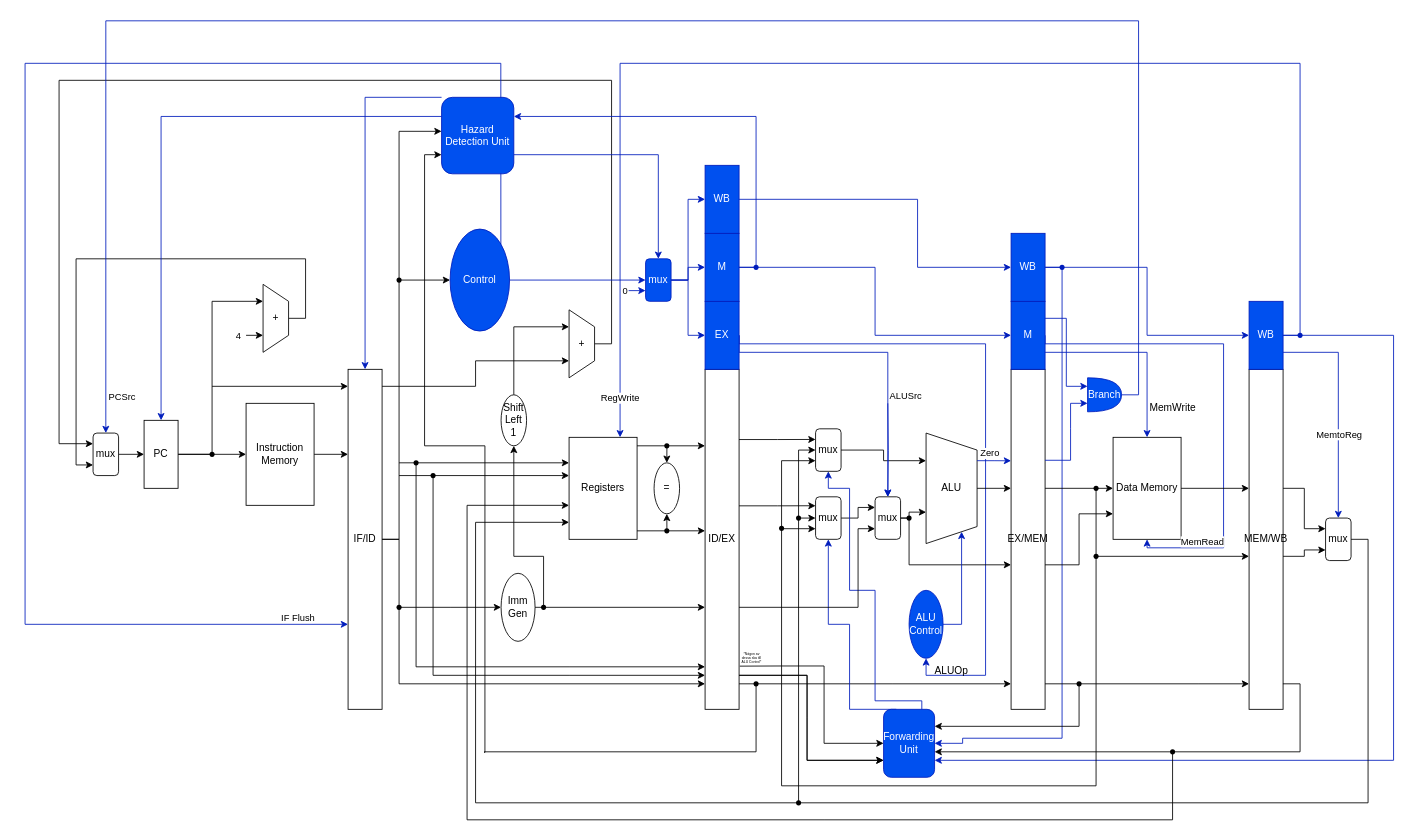
The draw.io diagram documentation/Architecture.drawio in RISC-V-on-FPGA/riscv, before the edit. Source tidied: cells renumbered, new cells numbered last; positions are measured from the earlier drawing's top-left corner, leaving out a move shared by most shapes. Both pictures are drawn from the tidied source at 85%, with x=0, y=0 at pixel (25, 20).
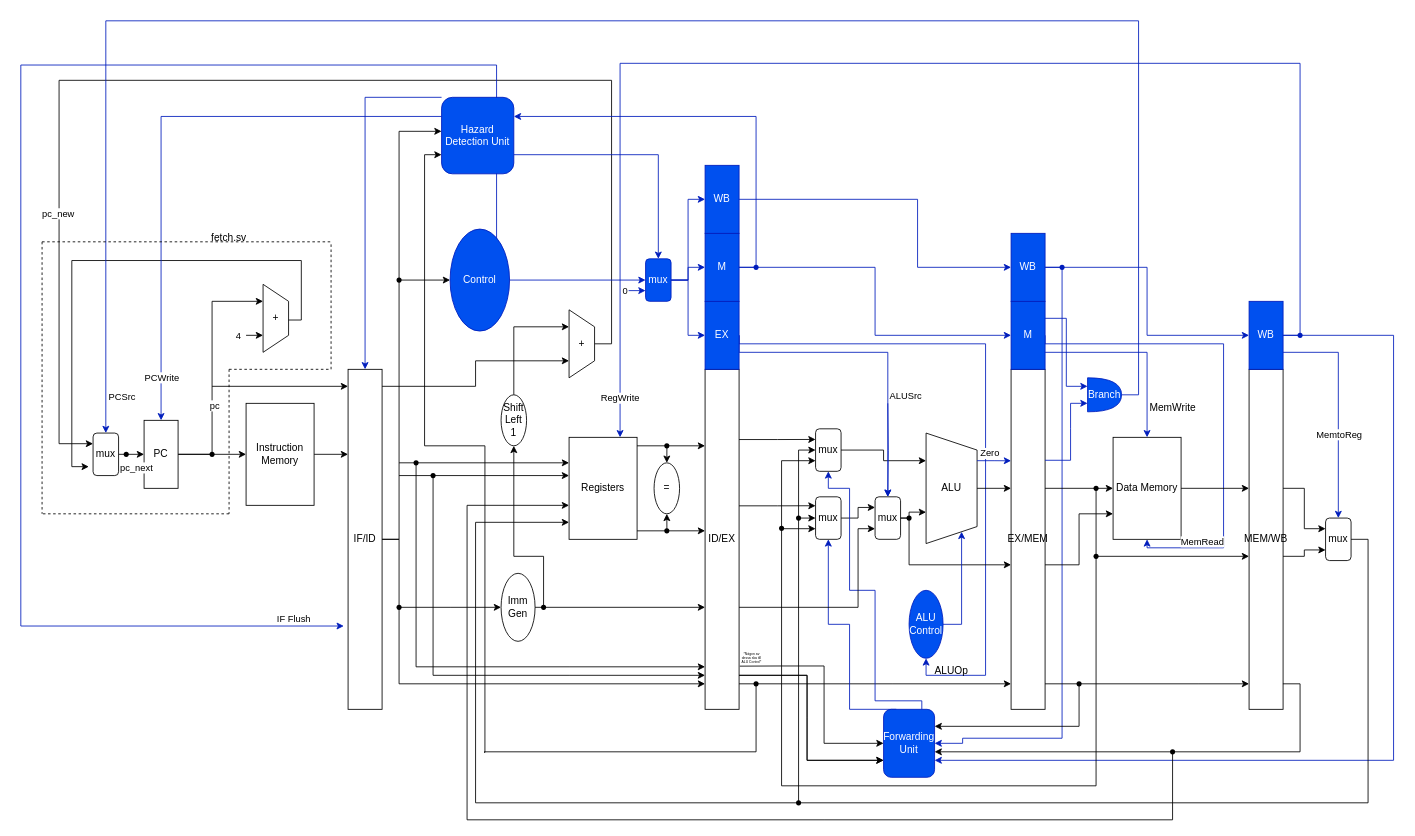
The same diagram, later.

Commit message (it also covers changes not shown here):
fetch stage and program mem added

Unchanged cells that the change refers to:
```xml
<mxCell id="5" style="edgeStyle=orthogonalEdgeStyle;rounded=0;jettySize=auto;html=1;exitX=1;exitY=0.5;exitDx=0;exitDy=0;entryX=0.25;entryY=1;entryDx=0;entryDy=0;" parent="1" edge="1" source="6" target="12">
  <mxGeometry relative="1" as="geometry">
    <Array as="points">
      <mxPoint x="220" y="510" />
      <mxPoint x="220" y="330" />
    </Array>
  </mxGeometry>
</mxCell>
<mxCell id="7" style="edgeStyle=orthogonalEdgeStyle;rounded=0;jettySize=auto;html=1;exitX=1;exitY=0.5;exitDx=0;exitDy=0;entryX=0;entryY=0.5;entryDx=0;entryDy=0;" parent="1" edge="1" source="8" target="6">
  <mxGeometry relative="1" as="geometry" />
</mxCell>
<mxCell id="8" value="mux&lt;br&gt;" style="rounded=1;whiteSpace=wrap;html=1;" parent="1" vertex="1">
  <mxGeometry x="80" y="485" width="30" height="50" as="geometry" />
</mxCell>
<mxCell id="12" value="+&lt;br&gt;" style="shape=trapezoid;perimeter=trapezoidPerimeter;whiteSpace=wrap;html=1;fixedSize=1;direction=south;" parent="1" vertex="1">
  <mxGeometry x="280" y="310" width="30" height="80" as="geometry" />
</mxCell>
<mxCell id="15" value="IF/ID&lt;br&gt;" style="rounded=0;whiteSpace=wrap;html=1;overflow=visible;" parent="1" vertex="1">
  <mxGeometry x="380" y="410" width="40" height="400" as="geometry" />
</mxCell>
<mxCell id="23" style="edgeStyle=orthogonalEdgeStyle;rounded=0;jettySize=auto;html=1;exitX=0.5;exitY=0;exitDx=0;exitDy=0;entryX=0;entryY=0.25;entryDx=0;entryDy=0;" parent="1" edge="1" source="24" target="8">
  <mxGeometry relative="1" as="geometry">
    <Array as="points">
      <mxPoint x="690" y="380" />
      <mxPoint x="690" y="70" />
      <mxPoint x="40" y="70" />
      <mxPoint x="40" y="498" />
    </Array>
  </mxGeometry>
</mxCell>
<mxCell id="58" value="Control&lt;br&gt;" style="ellipse;whiteSpace=wrap;html=1;fillColor=#0050ef;fontColor=#ffffff;strokeColor=#001DBC;" parent="1" vertex="1">
  <mxGeometry x="500" y="245" width="70" height="120" as="geometry" />
</mxCell>
<mxCell id="114" style="edgeStyle=orthogonalEdgeStyle;rounded=0;jettySize=auto;html=1;exitX=0;exitY=0.25;exitDx=0;exitDy=0;entryX=0.5;entryY=0;entryDx=0;entryDy=0;fillColor=#0050ef;strokeColor=#001DBC;" parent="1" edge="1" source="117" target="6">
  <mxGeometry relative="1" as="geometry" />
</mxCell>
```

Change to the diagram source:
```diff
@@
+    <mxCell id="160" value="pc&lt;br&gt;" style="edgeLabel;html=1;align=center;verticalAlign=middle;" parent="5" vertex="1">
+      <mxGeometry x="-0.3" y="-2" relative="1" as="geometry" />
+    </mxCell>
@@
+    <mxCell id="161" value="pc_next" style="edgeLabel;html=1;align=center;verticalAlign=middle;" parent="7" vertex="1">
+      <mxGeometry x="-0.2" y="-1" relative="1" as="geometry">
+        <mxPoint x="8" y="14" as="offset" />
+      </mxGeometry>
+    </mxCell>
@@
-    <mxCell id="11" style="edgeStyle=orthogonalEdgeStyle;rounded=0;jettySize=auto;html=1;exitX=0.5;exitY=0;exitDx=0;exitDy=0;entryX=0;entryY=0.75;entryDx=0;entryDy=0;" parent="1" edge="1" source="12" target="8">
+    <mxCell id="11" style="edgeStyle=orthogonalEdgeStyle;rounded=0;orthogonalLoop=1;jettySize=auto;html=1;exitX=0.5;exitY=0;exitDx=0;exitDy=0;entryX=0;entryY=0.75;entryDx=0;entryDy=0;" parent="1" edge="1">
       <mxGeometry relative="1" as="geometry">
+        <mxPoint x="305" y="352" as="sourcePoint" />
+        <mxPoint x="75" y="524.5" as="targetPoint" />
         <Array as="points">
-          <mxPoint x="330" y="350" />
-          <mxPoint x="330" y="280" />
-          <mxPoint x="60" y="280" />
-          <mxPoint x="60" y="523" />
+          <mxPoint x="325" y="352" />
+          <mxPoint x="325" y="282" />
+          <mxPoint x="55" y="282" />
+          <mxPoint x="55" y="525" />
         </Array>
       </mxGeometry>
     </mxCell>
@@
+    <mxCell id="162" value="pc_new&lt;br&gt;" style="edgeLabel;html=1;align=center;verticalAlign=middle;" parent="23" vertex="1">
+      <mxGeometry x="0.57" y="-2" relative="1" as="geometry" />
+    </mxCell>
@@
-    <mxCell id="55" style="edgeStyle=orthogonalEdgeStyle;rounded=0;jettySize=auto;html=1;exitX=1;exitY=0;exitDx=0;exitDy=0;entryX=0;entryY=0.75;entryDx=0;entryDy=0;fillColor=#0050ef;strokeColor=#001DBC;" parent="1" edge="1" source="58" target="15">
+    <mxCell id="55" style="edgeStyle=orthogonalEdgeStyle;rounded=0;orthogonalLoop=1;jettySize=auto;html=1;exitX=1;exitY=0;exitDx=0;exitDy=0;entryX=0;entryY=0.75;entryDx=0;entryDy=0;fillColor=#0050ef;strokeColor=#001DBC;" parent="1" edge="1">
       <mxGeometry relative="1" as="geometry">
+        <mxPoint x="554.7" y="264.6" as="sourcePoint" />
+        <mxPoint x="375" y="712" as="targetPoint" />
         <Array as="points">
-          <mxPoint x="560" y="50" />
-          <mxPoint y="50" />
-          <mxPoint y="710" />
+          <mxPoint x="555" y="52" />
+          <mxPoint x="-5" y="52" />
+          <mxPoint x="-5" y="712" />
         </Array>
       </mxGeometry>
     </mxCell>
@@
+    <mxCell id="163" value="PCWrite" style="edgeLabel;html=1;align=center;verticalAlign=middle;" parent="114" vertex="1">
+      <mxGeometry x="0.78" y="-4" relative="1" as="geometry">
+        <mxPoint x="4" y="25" as="offset" />
+      </mxGeometry>
+    </mxCell>
@@
+    <mxCell id="164" style="endArrow=none;dashed=1;html=1;rounded=0;" parent="1" edge="1">
+      <mxGeometry relative="1" as="geometry">
+        <mxPoint x="20" y="260" as="sourcePoint" />
+        <mxPoint x="360" y="260" as="targetPoint" />
+      </mxGeometry>
+    </mxCell>
+    <mxCell id="165" style="endArrow=none;dashed=1;html=1;rounded=0;" parent="1" edge="1">
+      <mxGeometry relative="1" as="geometry">
+        <mxPoint x="360" y="410" as="sourcePoint" />
+        <mxPoint x="360" y="260" as="targetPoint" />
+      </mxGeometry>
+    </mxCell>
+    <mxCell id="166" style="endArrow=none;dashed=1;html=1;rounded=0;" parent="1" edge="1">
+      <mxGeometry relative="1" as="geometry">
+        <mxPoint x="240" y="410" as="sourcePoint" />
+        <mxPoint x="360" y="410" as="targetPoint" />
+      </mxGeometry>
+    </mxCell>
+    <mxCell id="167" style="endArrow=none;dashed=1;html=1;rounded=0;" parent="1" edge="1">
+      <mxGeometry relative="1" as="geometry">
+        <mxPoint x="240" y="410" as="sourcePoint" />
+        <mxPoint x="240" y="580" as="targetPoint" />
+      </mxGeometry>
+    </mxCell>
+    <mxCell id="168" style="endArrow=none;dashed=1;html=1;rounded=0;" parent="1" edge="1">
+      <mxGeometry relative="1" as="geometry">
+        <mxPoint x="240" y="580" as="sourcePoint" />
+        <mxPoint x="20" y="580" as="targetPoint" />
+      </mxGeometry>
+    </mxCell>
+    <mxCell id="169" style="endArrow=none;dashed=1;html=1;rounded=0;" parent="1" edge="1">
+      <mxGeometry relative="1" as="geometry">
+        <mxPoint x="20" y="260" as="sourcePoint" />
+        <mxPoint x="20" y="580" as="targetPoint" />
+      </mxGeometry>
+    </mxCell>
+    <mxCell id="170" value="fetch.sv" style="text;html=1;strokeColor=none;fillColor=none;align=center;verticalAlign=middle;whiteSpace=wrap;rounded=0;" parent="1" vertex="1">
+      <mxGeometry x="210" y="240" width="60" height="30" as="geometry" />
+    </mxCell>
+    <mxCell id="171" style="shape=waypoint;sketch=0;fillStyle=solid;size=6;fillColor=none;perimeter=centerPerimeter;" parent="1" vertex="1">
+      <mxGeometry x="109" y="500" width="20" height="20" as="geometry" />
+    </mxCell>
```
